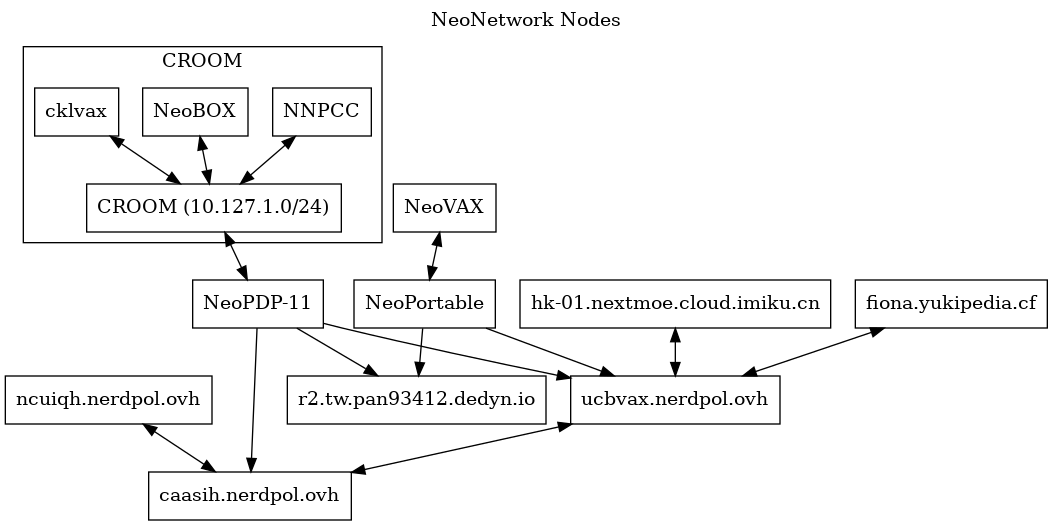
This is nodes.png from NeoCloud/NeoNetwork, a Graphviz export, as it was before one commit. Its source is kept beside it as nodes.dot.
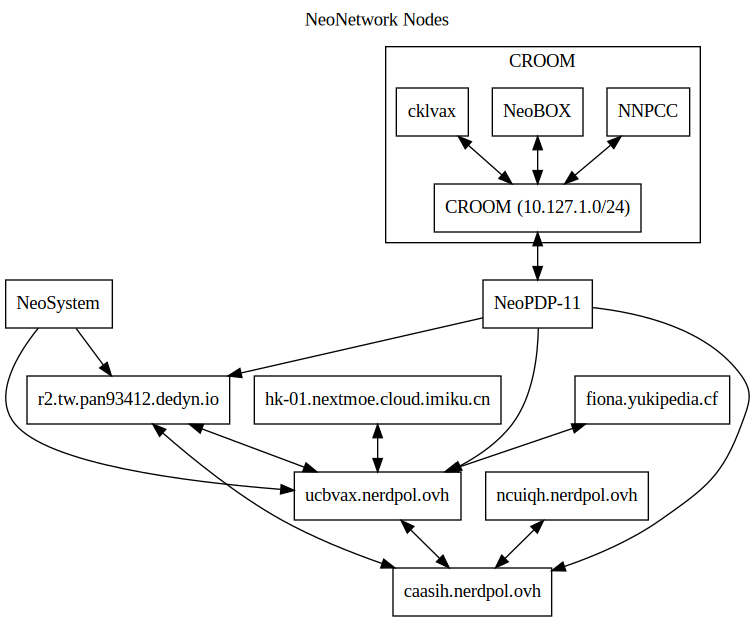
The same diagram one commit later.

Commit message:
added ucbvax <--> pan

What changed in the source:
```diff
@@ -8,8 +8,7 @@
 	ucbvax [label="ucbvax.nerdpol.ovh"]
 	np11 [label="NeoPDP-11"]
 	croom [label="CROOM (10.127.1.0/24)"]
-	np [label="NeoPortable"]
-	nv [label="NeoVAX"]
+	ns [label="NeoSystem"]
 	ncuiqh [label="ncuiqh.nerdpol.ovh"]
 	fionaLHS [label="fiona.yukipedia.cf"]
 	pan [label="r2.tw.pan93412.dedyn.io"]
@@ -22,15 +21,16 @@
 		cklvax -> croom [dir=both]
 	}
 
-	np11 -> c
+	croom -> np11 [dir=both]
 	np11 -> ucbvax
 	np11 -> pan
+	np11 -> c
 	ucbvax -> c [dir=both]
-	croom -> np11 [dir=both]
-	np -> ucbvax
-	nv -> np [dir=both]
+	ns -> ucbvax
 	ncuiqh -> c [dir=both]
 	fionaLHS -> ucbvax [dir=both]
-	np -> pan
+	ns -> pan
 	icecat_Explosion -> ucbvax [dir=both]
+	pan -> ucbvax [dir=both]
+	pan -> c [dir=both]
 }
```
